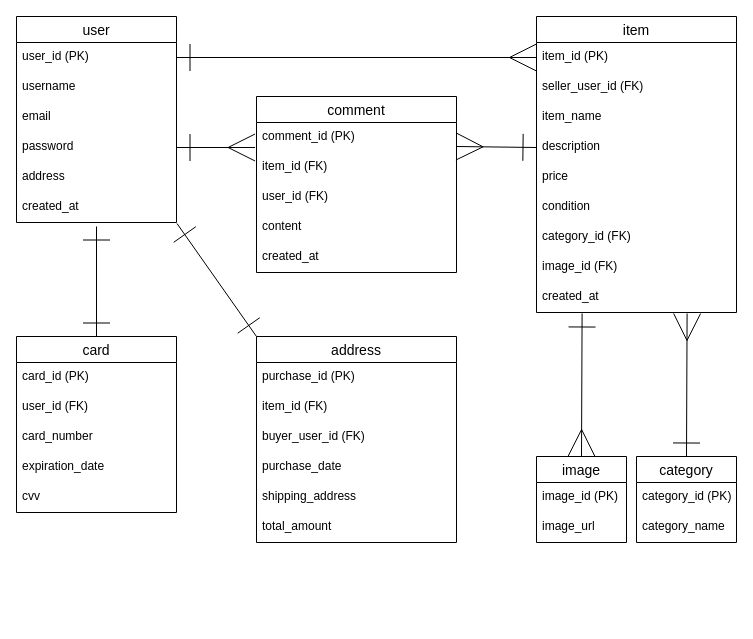
The draw.io diagram test.dio in kny19/furima2-39639, before the edit. Source tidied: cells renumbered, new cells numbered last; positions are measured from the earlier drawing's top-left corner, leaving out a move shared by most shapes. Both pictures are drawn from the tidied source at 100%, with x=0, y=0 at pixel (16, 16).
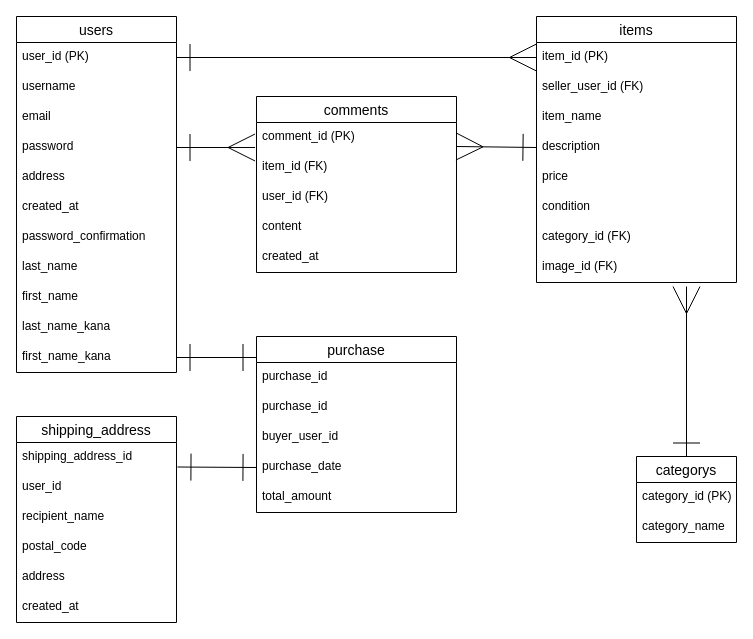
The same diagram, later.

The change refers to these unchanged cells:
```xml
<mxCell id="8" value="created_at" style="text;strokeColor=none;fillColor=none;spacingLeft=4;spacingRight=4;overflow=hidden;points=[[0,0.5],[1,0.5]];portConstraint=eastwest;fontSize=12;" parent="2" vertex="1">
  <mxGeometry y="176" width="160" height="30" as="geometry" />
</mxCell>
```

What changed in the source:
```diff
@@
-    <mxCell id="2" value="user" style="swimlane;fontStyle=0;horizontal=1;startSize=26;align=center;fontSize=14;" parent="1" vertex="1">
-      <mxGeometry width="160" height="206" as="geometry" />
+    <mxCell id="2" value="users" style="swimlane;fontStyle=0;horizontal=1;startSize=26;align=center;fontSize=14;" parent="1" vertex="1">
+      <mxGeometry width="160" height="356" as="geometry" />
     </mxCell>
@@
+    <mxCell id="51" value="password_confirmation" style="text;strokeColor=none;fillColor=none;spacingLeft=4;spacingRight=4;overflow=hidden;fontSize=12;" parent="2" vertex="1">
+      <mxGeometry y="206" width="160" height="30" as="geometry" />
+    </mxCell>
+    <mxCell id="52" value=" last_name" style="text;strokeColor=none;fillColor=none;spacingLeft=4;spacingRight=4;overflow=hidden;fontSize=12;" parent="2" vertex="1">
+      <mxGeometry y="236" width="160" height="30" as="geometry" />
+    </mxCell>
+    <mxCell id="53" value="first_name" style="text;strokeColor=none;fillColor=none;spacingLeft=4;spacingRight=4;overflow=hidden;fontSize=12;" parent="2" vertex="1">
+      <mxGeometry y="266" width="160" height="30" as="geometry" />
+    </mxCell>
+    <mxCell id="54" value="last_name_kana" style="text;strokeColor=none;fillColor=none;spacingLeft=4;spacingRight=4;overflow=hidden;fontSize=12;" parent="2" vertex="1">
+      <mxGeometry y="296" width="160" height="30" as="geometry" />
+    </mxCell>
+    <mxCell id="55" value="first_name_kana" style="text;strokeColor=none;fillColor=none;spacingLeft=4;spacingRight=4;overflow=hidden;points=[[0,0.5],[1,0.5]];portConstraint=eastwest;fontSize=12;" parent="2" vertex="1">
+      <mxGeometry y="326" width="160" height="30" as="geometry" />
+    </mxCell>
-    <mxCell id="9" value="item" style="swimlane;fontStyle=0;horizontal=1;startSize=26;align=center;fontSize=14;" parent="1" vertex="1">
-      <mxGeometry x="520" width="200" height="296" as="geometry" />
+    <mxCell id="9" value="items" style="swimlane;fontStyle=0;horizontal=1;startSize=26;align=center;fontSize=14;" parent="1" vertex="1">
+      <mxGeometry x="520" width="200" height="266" as="geometry" />
     </mxCell>
@@
-    <mxCell id="18" value="created_at" style="text;strokeColor=none;fillColor=none;spacingLeft=4;spacingRight=4;overflow=hidden;points=[[0,0.5],[1,0.5]];portConstraint=eastwest;fontSize=12;" parent="9" vertex="1">
-      <mxGeometry y="266" width="200" height="30" as="geometry" />
-    </mxCell>
-    <mxCell id="19" value="comment" style="swimlane;fontStyle=0;horizontal=1;startSize=26;align=center;fontSize=14;" parent="1" vertex="1">
+    <mxCell id="19" value="comments" style="swimlane;fontStyle=0;horizontal=1;startSize=26;align=center;fontSize=14;" parent="1" vertex="1">
       <mxGeometry x="240" y="80" width="200" height="176" as="geometry" />
     </mxCell>
@@
-    <mxCell id="25" style="edgeStyle=none;html=1;exitX=0.5;exitY=0;exitDx=0;exitDy=0;startArrow=ERone;startFill=0;endArrow=ERone;endFill=0;startSize=25;endSize=25;targetPerimeterSpacing=21;" parent="1" edge="1" source="26">
-      <mxGeometry relative="1" as="geometry">
-        <mxPoint x="80" y="210" as="targetPoint" />
-      </mxGeometry>
-    </mxCell>
-    <mxCell id="26" value="card" style="swimlane;fontStyle=0;horizontal=1;startSize=26;align=center;fontSize=14;" parent="1" vertex="1">
-      <mxGeometry y="320" width="160" height="176" as="geometry" />
-    </mxCell>
-    <mxCell id="27" value="card_id (PK)" style="text;strokeColor=none;fillColor=none;spacingLeft=4;spacingRight=4;overflow=hidden;fontSize=12;" parent="26" vertex="1">
-      <mxGeometry y="26" width="160" height="30" as="geometry" />
-    </mxCell>
-    <mxCell id="28" value="user_id (FK)" style="text;strokeColor=none;fillColor=none;spacingLeft=4;spacingRight=4;overflow=hidden;fontSize=12;" parent="26" vertex="1">
-      <mxGeometry y="56" width="160" height="30" as="geometry" />
-    </mxCell>
-    <mxCell id="29" value="card_number" style="text;strokeColor=none;fillColor=none;spacingLeft=4;spacingRight=4;overflow=hidden;fontSize=12;" parent="26" vertex="1">
-      <mxGeometry y="86" width="160" height="30" as="geometry" />
-    </mxCell>
-    <mxCell id="30" value="expiration_date" style="text;strokeColor=none;fillColor=none;spacingLeft=4;spacingRight=4;overflow=hidden;fontSize=12;" parent="26" vertex="1">
-      <mxGeometry y="116" width="160" height="30" as="geometry" />
-    </mxCell>
-    <mxCell id="31" value="cvv" style="text;strokeColor=none;fillColor=none;spacingLeft=4;spacingRight=4;overflow=hidden;fontSize=12;" parent="26" vertex="1">
-      <mxGeometry y="146" width="160" height="30" as="geometry" />
-    </mxCell>
-    <mxCell id="32" style="edgeStyle=none;html=1;exitX=0.5;exitY=0;exitDx=0;exitDy=0;entryX=0.228;entryY=1.033;entryDx=0;entryDy=0;entryPerimeter=0;startArrow=ERmany;startFill=0;endArrow=ERone;endFill=0;startSize=25;endSize=25;targetPerimeterSpacing=21;" parent="1" edge="1" source="33" target="18">
-      <mxGeometry relative="1" as="geometry" />
-    </mxCell>
-    <mxCell id="33" value="image" style="swimlane;fontStyle=0;horizontal=1;startSize=26;align=center;fontSize=14;" parent="1" vertex="1">
-      <mxGeometry x="520" y="440" width="90" height="86" as="geometry" />
-    </mxCell>
-    <mxCell id="34" value="image_id (PK)" style="text;strokeColor=none;fillColor=none;spacingLeft=4;spacingRight=4;overflow=hidden;fontSize=12;" parent="33" vertex="1">
-      <mxGeometry y="26" width="90" height="30" as="geometry" />
-    </mxCell>
-    <mxCell id="35" value="image_url" style="text;strokeColor=none;fillColor=none;spacingLeft=4;spacingRight=4;overflow=hidden;fontSize=12;" parent="33" vertex="1">
-      <mxGeometry y="56" width="90" height="30" as="geometry" />
-    </mxCell>
-    <mxCell id="36" style="edgeStyle=none;html=1;exitX=0.5;exitY=0;exitDx=0;exitDy=0;entryX=0.753;entryY=1.033;entryDx=0;entryDy=0;entryPerimeter=0;startArrow=ERone;startFill=0;endArrow=ERmany;endFill=0;startSize=25;endSize=25;targetPerimeterSpacing=21;" parent="1" edge="1" source="37" target="18">
-      <mxGeometry relative="1" as="geometry" />
-    </mxCell>
+    <mxCell id="56" style="edgeStyle=none;html=1;exitX=0.5;exitY=0;exitDx=0;exitDy=0;startArrow=ERone;startFill=0;endArrow=ERmany;endFill=0;startSize=25;endSize=25;targetPerimeterSpacing=21;" parent="1" edge="1" source="37">
+      <mxGeometry relative="1" as="geometry">
+        <mxPoint x="670" y="270" as="targetPoint" />
+      </mxGeometry>
+    </mxCell>
-    <mxCell id="37" value="category" style="swimlane;fontStyle=0;horizontal=1;startSize=26;align=center;fontSize=14;" parent="1" vertex="1">
+    <mxCell id="37" value="categorys" style="swimlane;fontStyle=0;horizontal=1;startSize=26;align=center;fontSize=14;" parent="1" vertex="1">
       <mxGeometry x="620" y="440" width="100" height="86" as="geometry" />
     </mxCell>
@@
-    <mxCell id="40" value="address" style="swimlane;fontStyle=0;horizontal=1;startSize=26;align=center;fontSize=14;" parent="1" vertex="1">
-      <mxGeometry x="240" y="320" width="200" height="206" as="geometry" />
+    <mxCell id="40" value="shipping_address" style="swimlane;fontStyle=0;horizontal=1;startSize=26;align=center;fontSize=14;" parent="1" vertex="1">
+      <mxGeometry y="400" width="160" height="206" as="geometry" />
     </mxCell>
-    <mxCell id="41" value="purchase_id (PK)" style="text;strokeColor=none;fillColor=none;spacingLeft=4;spacingRight=4;overflow=hidden;fontSize=12;" parent="40" vertex="1">
-      <mxGeometry y="26" width="200" height="30" as="geometry" />
+    <mxCell id="41" value="shipping_address_id" style="text;strokeColor=none;fillColor=none;spacingLeft=4;spacingRight=4;overflow=hidden;fontSize=12;" parent="40" vertex="1">
+      <mxGeometry y="26" width="160" height="30" as="geometry" />
     </mxCell>
-    <mxCell id="42" value="item_id (FK)" style="text;strokeColor=none;fillColor=none;spacingLeft=4;spacingRight=4;overflow=hidden;points=[[0,0.5],[1,0.5]];portConstraint=eastwest;fontSize=12;" parent="40" vertex="1">
-      <mxGeometry y="56" width="200" height="30" as="geometry" />
+    <mxCell id="42" value="user_id" style="text;strokeColor=none;fillColor=none;spacingLeft=4;spacingRight=4;overflow=hidden;points=[[0,0.5],[1,0.5]];portConstraint=eastwest;fontSize=12;" parent="40" vertex="1">
+      <mxGeometry y="56" width="160" height="30" as="geometry" />
     </mxCell>
-    <mxCell id="43" value="buyer_user_id (FK)" style="text;strokeColor=none;fillColor=none;spacingLeft=4;spacingRight=4;overflow=hidden;fontSize=12;" parent="40" vertex="1">
-      <mxGeometry y="86" width="200" height="30" as="geometry" />
+    <mxCell id="43" value="recipient_name" style="text;strokeColor=none;fillColor=none;spacingLeft=4;spacingRight=4;overflow=hidden;fontSize=12;" parent="40" vertex="1">
+      <mxGeometry y="86" width="160" height="30" as="geometry" />
     </mxCell>
-    <mxCell id="44" value="purchase_date" style="text;strokeColor=none;fillColor=none;spacingLeft=4;spacingRight=4;overflow=hidden;fontSize=12;" parent="40" vertex="1">
-      <mxGeometry y="116" width="200" height="30" as="geometry" />
+    <mxCell id="44" value="postal_code" style="text;strokeColor=none;fillColor=none;spacingLeft=4;spacingRight=4;overflow=hidden;fontSize=12;" parent="40" vertex="1">
+      <mxGeometry y="116" width="160" height="30" as="geometry" />
     </mxCell>
-    <mxCell id="45" value="shipping_address" style="text;strokeColor=none;fillColor=none;spacingLeft=4;spacingRight=4;overflow=hidden;fontSize=12;" parent="40" vertex="1">
-      <mxGeometry y="146" width="200" height="30" as="geometry" />
+    <mxCell id="45" value="address" style="text;strokeColor=none;fillColor=none;spacingLeft=4;spacingRight=4;overflow=hidden;fontSize=12;" parent="40" vertex="1">
+      <mxGeometry y="146" width="160" height="30" as="geometry" />
     </mxCell>
-    <mxCell id="46" value="total_amount" style="text;strokeColor=none;fillColor=none;spacingLeft=4;spacingRight=4;overflow=hidden;fontSize=12;" parent="40" vertex="1">
-      <mxGeometry y="176" width="200" height="30" as="geometry" />
+    <mxCell id="46" value="created_at" style="text;strokeColor=none;fillColor=none;spacingLeft=4;spacingRight=4;overflow=hidden;fontSize=12;" parent="40" vertex="1">
+      <mxGeometry y="176" width="160" height="30" as="geometry" />
     </mxCell>
@@
-    <mxCell id="50" style="edgeStyle=none;html=1;entryX=0;entryY=0;entryDx=0;entryDy=0;startArrow=ERone;startFill=0;endArrow=ERone;endFill=0;startSize=25;endSize=25;targetPerimeterSpacing=21;exitX=1.003;exitY=1.033;exitDx=0;exitDy=0;exitPerimeter=0;" parent="1" edge="1" source="8" target="40">
-      <mxGeometry relative="1" as="geometry" />
-    </mxCell>
+    <mxCell id="57" style="edgeStyle=none;html=1;exitX=1;exitY=0.5;exitDx=0;exitDy=0;startArrow=ERone;startFill=0;endArrow=ERone;endFill=0;startSize=25;endSize=25;targetPerimeterSpacing=21;" parent="1" edge="1" source="55">
+      <mxGeometry relative="1" as="geometry">
+        <mxPoint x="240" y="341" as="targetPoint" />
+      </mxGeometry>
+    </mxCell>
+    <mxCell id="58" value="purchase" style="swimlane;fontStyle=0;horizontal=1;startSize=26;align=center;fontSize=14;" parent="1" vertex="1">
+      <mxGeometry x="240" y="320" width="200" height="176" as="geometry" />
+    </mxCell>
+    <mxCell id="59" value="purchase_id" style="text;strokeColor=none;fillColor=none;spacingLeft=4;spacingRight=4;overflow=hidden;fontSize=12;" parent="58" vertex="1">
+      <mxGeometry y="26" width="200" height="30" as="geometry" />
+    </mxCell>
+    <mxCell id="60" value="purchase_id" style="text;strokeColor=none;fillColor=none;spacingLeft=4;spacingRight=4;overflow=hidden;fontSize=12;" parent="58" vertex="1">
+      <mxGeometry y="56" width="200" height="30" as="geometry" />
+    </mxCell>
+    <mxCell id="61" value="buyer_user_id" style="text;strokeColor=none;fillColor=none;spacingLeft=4;spacingRight=4;overflow=hidden;fontSize=12;" parent="58" vertex="1">
+      <mxGeometry y="86" width="200" height="30" as="geometry" />
+    </mxCell>
+    <mxCell id="62" value="purchase_date" style="text;strokeColor=none;fillColor=none;spacingLeft=4;spacingRight=4;overflow=hidden;points=[[0,0.5],[1,0.5]];portConstraint=eastwest;fontSize=12;" parent="58" vertex="1">
+      <mxGeometry y="116" width="200" height="30" as="geometry" />
+    </mxCell>
+    <mxCell id="63" value="total_amount" style="text;strokeColor=none;fillColor=none;spacingLeft=4;spacingRight=4;overflow=hidden;fontSize=12;" parent="58" vertex="1">
+      <mxGeometry y="146" width="200" height="30" as="geometry" />
+    </mxCell>
+    <mxCell id="64" style="edgeStyle=none;html=1;exitX=0;exitY=0.5;exitDx=0;exitDy=0;startArrow=ERone;startFill=0;endArrow=ERone;endFill=0;startSize=25;endSize=25;targetPerimeterSpacing=21;entryX=1.006;entryY=-0.183;entryDx=0;entryDy=0;entryPerimeter=0;" parent="1" edge="1" source="62" target="42">
+      <mxGeometry relative="1" as="geometry" />
+    </mxCell>
```
